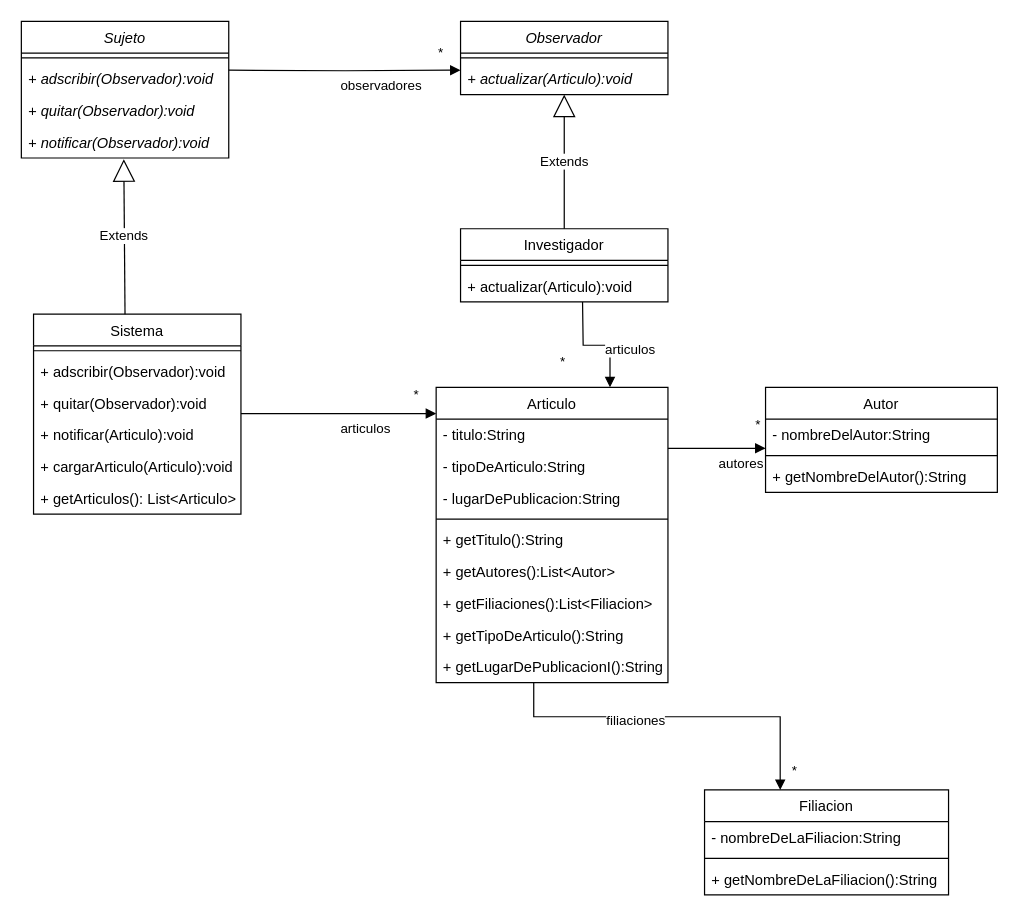
nhubczyk/Diagramas-UML keeps this draw.io diagram as unq-po2-Observer-Publicaciones.drawio. Above is the earlier version. Source tidied: cells renumbered, new cells numbered last; positions are measured from the earlier drawing's top-left corner, leaving out a move shared by most shapes. Both pictures are drawn from the tidied source at 122%, with x=0, y=0 at pixel (21, 21).
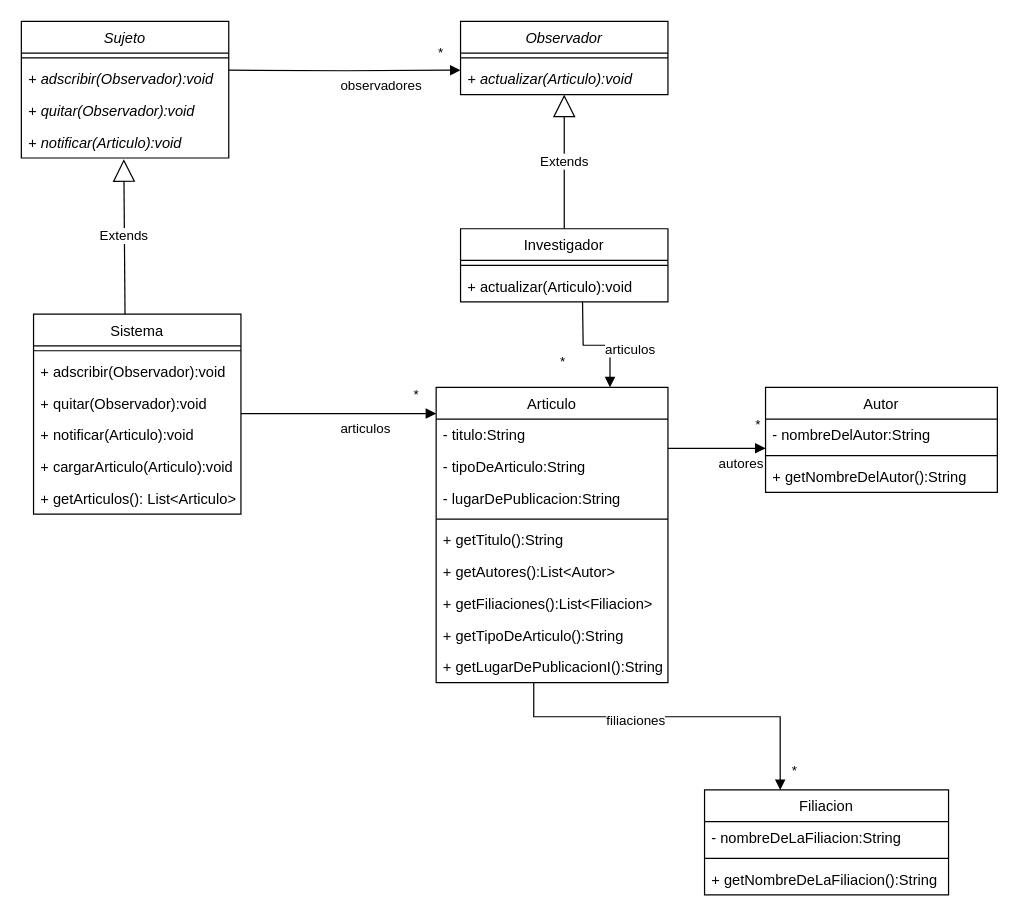
Above is the later version.

Unchanged cells that the change refers to:
```xml
<mxCell id="2" value="Sujeto" style="swimlane;fontStyle=2;align=center;verticalAlign=top;horizontal=1;startSize=26;" parent="1" vertex="1">
  <mxGeometry width="170" height="112" as="geometry" />
</mxCell>
```

What changed in the source:
```diff
@@
-    <mxCell id="6" value="+ notificar(Observador):void" style="text;strokeColor=none;fillColor=none;align=left;verticalAlign=top;spacingLeft=4;spacingRight=4;overflow=hidden;points=[[0,0.5],[1,0.5]];portConstraint=eastwest;fontStyle=2;" parent="2" vertex="1">
+    <mxCell id="6" value="+ notificar(Articulo):void" style="text;strokeColor=none;fillColor=none;align=left;verticalAlign=top;spacingLeft=4;spacingRight=4;overflow=hidden;points=[[0,0.5],[1,0.5]];portConstraint=eastwest;fontStyle=2;" parent="2" vertex="1">
       <mxGeometry y="86" width="170" height="26" as="geometry" />
     </mxCell>
```
